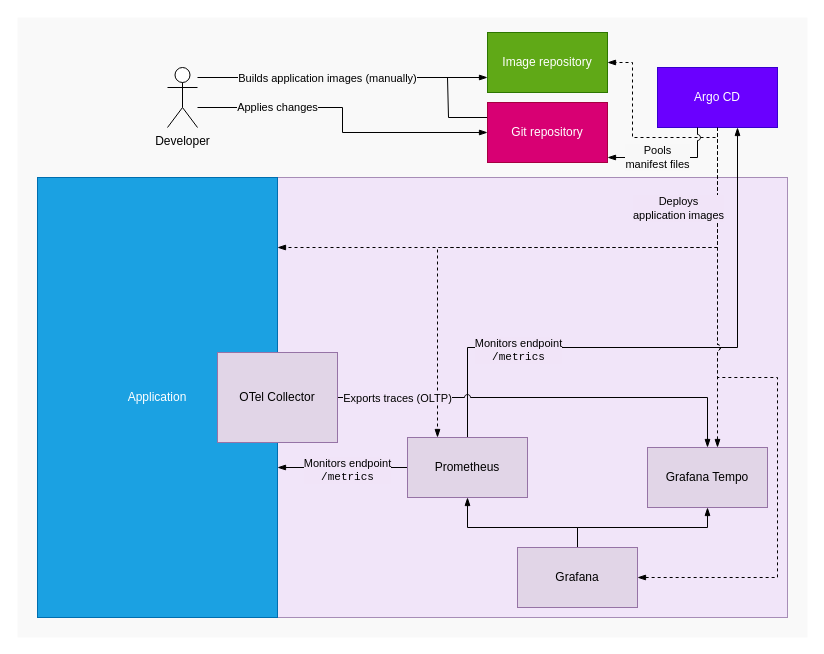
This is images/architecture.drawio from agh-cs-imbeciles/argo-otel, a draw.io file, before an edit. Source tidied: cells renumbered, new cells numbered last; positions are measured from the earlier drawing's top-left corner, leaving out a move shared by most shapes. Both pictures are drawn from the tidied source at 100%, with x=0, y=0 at pixel (17, 17).
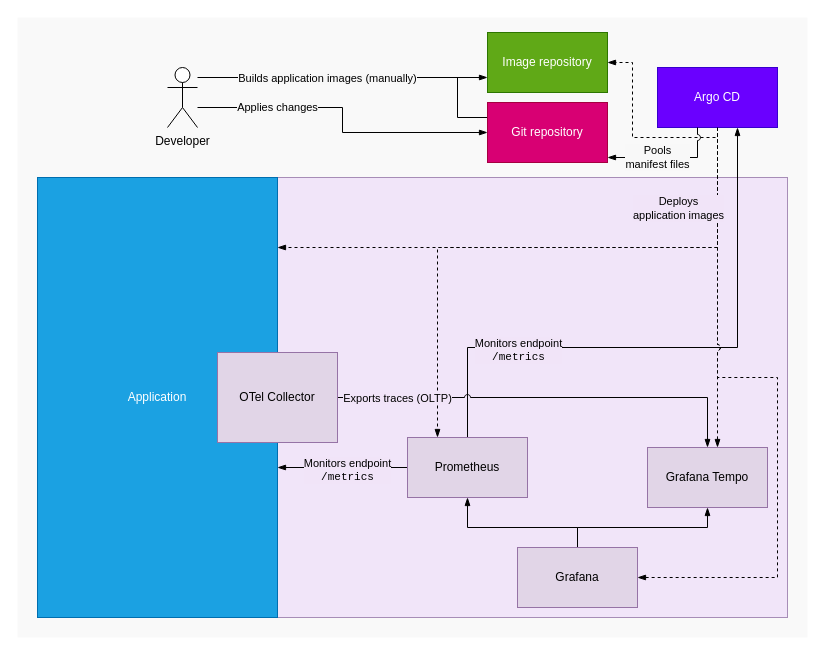
Above is the later version.

Commit message (it also covers changes not shown here):
Update the architecture diagram

The change refers to these unchanged cells:
```xml
<mxCell id="5" value="Git repository" style="rounded=0;whiteSpace=wrap;html=1;fillColor=#d80073;strokeColor=#A50040;fontColor=#ffffff;" parent="1" vertex="1">
  <mxGeometry x="470" y="85" width="120" height="60" as="geometry" />
</mxCell>
```

The edit, as a diff of the source:
```diff
@@
-    <mxCell id="4" style="edgeStyle=orthogonalEdgeStyle;rounded=0;jettySize=auto;html=1;endArrow=none;startFill=0;" parent="1" edge="1" source="5">
-      <mxGeometry relative="1" as="geometry">
-        <mxPoint x="430" y="60" as="targetPoint" />
-        <Array as="points">
-          <mxPoint x="431" y="100" />
-          <mxPoint x="431" y="60" />
-        </Array>
-      </mxGeometry>
-    </mxCell>
+    <mxCell id="32" style="edgeStyle=orthogonalEdgeStyle;rounded=0;jettySize=auto;html=1;endArrow=none;startFill=0;" parent="1" edge="1" source="5">
+      <mxGeometry relative="1" as="geometry">
+        <mxPoint x="440" y="60" as="targetPoint" />
+        <Array as="points">
+          <mxPoint x="440" y="100" />
+        </Array>
+      </mxGeometry>
+    </mxCell>
```
